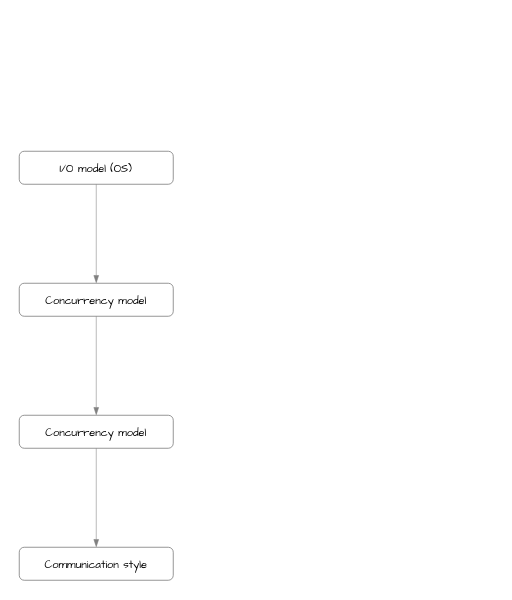
The draw.io diagram [research] servers.drawio in ptt743/draw, before the edit. Source tidied: cells renumbered, new cells numbered last; positions are measured from the earlier drawing's top-left corner, leaving out a move shared by most shapes. Both pictures are drawn from the tidied source at 110%, with x=0, y=0 at pixel (19, 151).
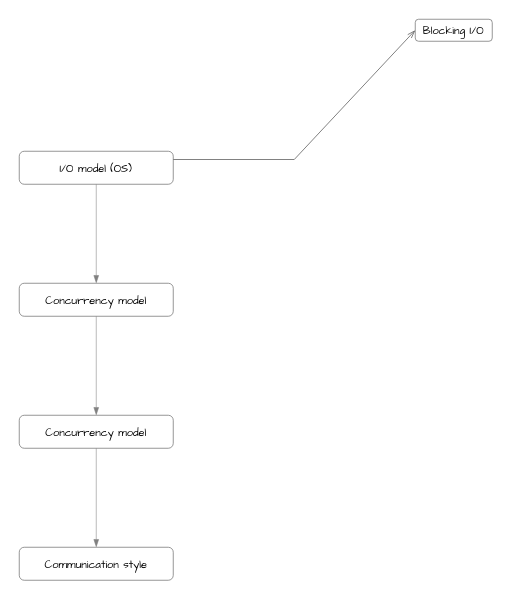
After the change.

The edit, as a diff of the source:
```diff
@@
 <mxGraphModel>
   <root>
     <mxCell id="0" />
     <mxCell id="1" parent="0" />
     <mxCell id="2" value="I/O model (OS)" style="rounded=1;whiteSpace=wrap;html=1;strokeColor=#808080;fontFamily=Comic Sans MS;strokeWidth=0.75;fontSize=10;" parent="1" vertex="1">
       <mxGeometry width="140" height="30" as="geometry" />
     </mxCell>
     <mxCell id="3" value="Concurrency model" style="rounded=1;whiteSpace=wrap;html=1;strokeColor=#808080;fontFamily=Comic Sans MS;strokeWidth=0.75;fontSize=10;" parent="1" vertex="1">
       <mxGeometry y="120" width="140" height="30" as="geometry" />
     </mxCell>
     <mxCell id="4" value="Concurrency model" style="rounded=1;whiteSpace=wrap;html=1;strokeColor=#808080;fontFamily=Comic Sans MS;strokeWidth=0.75;fontSize=10;" parent="1" vertex="1">
       <mxGeometry y="240" width="140" height="30" as="geometry" />
     </mxCell>
     <mxCell id="5" value="Communication style" style="rounded=1;whiteSpace=wrap;html=1;strokeColor=#808080;fontFamily=Comic Sans MS;strokeWidth=0.75;fontSize=10;" parent="1" vertex="1">
       <mxGeometry y="360" width="140" height="30" as="geometry" />
     </mxCell>
     <mxCell id="6" style="endArrow=blockThin;html=1;rounded=0;strokeColor=#808080;endFill=1;strokeWidth=0.5;exitX=0.5;exitY=1;exitDx=0;exitDy=0;entryX=0.5;entryY=0;entryDx=0;entryDy=0;" parent="1" edge="1" source="2" target="3">
       <mxGeometry relative="1" as="geometry" />
     </mxCell>
     <mxCell id="7" style="endArrow=blockThin;html=1;rounded=0;strokeColor=#808080;endFill=1;strokeWidth=0.5;exitX=0.5;exitY=1;exitDx=0;exitDy=0;entryX=0.5;entryY=0;entryDx=0;entryDy=0;" parent="1" edge="1" source="3" target="4">
       <mxGeometry relative="1" as="geometry" />
     </mxCell>
     <mxCell id="8" style="endArrow=blockThin;html=1;rounded=0;strokeColor=#808080;endFill=1;strokeWidth=0.5;exitX=0.5;exitY=1;exitDx=0;exitDy=0;entryX=0.5;entryY=0;entryDx=0;entryDy=0;" parent="1" edge="1" source="4" target="5">
       <mxGeometry relative="1" as="geometry" />
     </mxCell>
+    <mxCell id="9" value="Blocking I/O" style="rounded=1;whiteSpace=wrap;html=1;strokeColor=#808080;fontFamily=Comic Sans MS;strokeWidth=0.75;fontSize=10;" parent="1" vertex="1">
+      <mxGeometry x="360" y="-120" width="70" height="20" as="geometry" />
+    </mxCell>
+    <mxCell id="10" style="endArrow=openThin;html=1;rounded=0;strokeWidth=0.75;endFill=0;strokeColor=#666666;entryX=0;entryY=0.5;entryDx=0;entryDy=0;exitX=1;exitY=0.25;exitDx=0;exitDy=0;" parent="1" edge="1" source="2" target="9">
+      <mxGeometry relative="1" as="geometry">
+        <Array as="points">
+          <mxPoint x="250" y="7.5" />
+        </Array>
+      </mxGeometry>
+    </mxCell>
   </root>
 </mxGraphModel>
```
